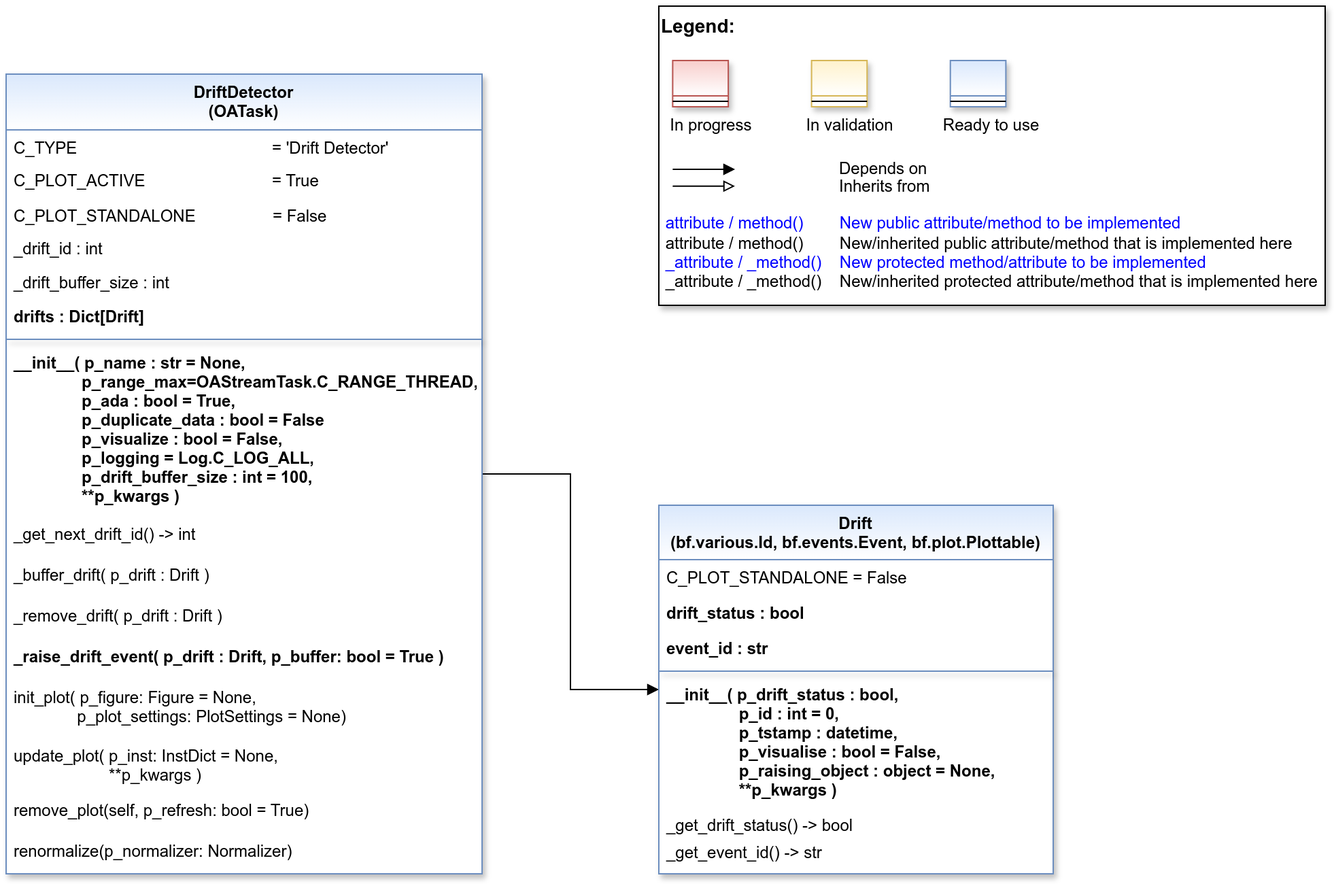
Before: doc/rtd/content/99_appendices/appendix2/sub/mlpro_oa/streams/30_change_detection/20_drift_detection/images/MLPro-OA-Drift-Detectors_class_diagram.drawio.png, a diagram exported from draw.io (fhswf/MLPro). Source tidied: cells renumbered, new cells last; positions are measured from the earlier drawing's top-left corner, leaving out a move shared by most shapes.
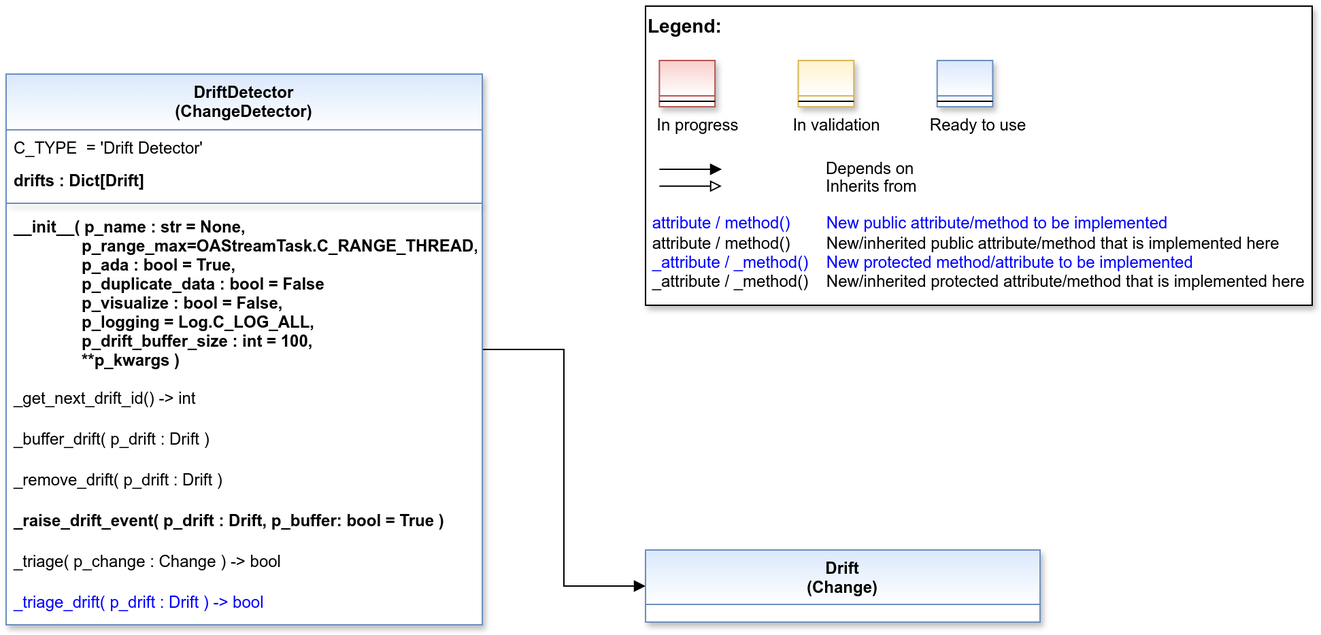
The same diagram one commit later.

Diff of the diagram source:
```diff
@@ -3,7 +3,7 @@
     <mxCell id="0" />
     <mxCell id="1" parent="0" />
     <mxCell id="2" style="group;" parent="1" vertex="1">
-      <mxGeometry x="480" width="490" height="220" as="geometry" />
+      <mxGeometry x="470" width="490" height="220" as="geometry" />
     </mxCell>
     <mxCell id="3" value="&lt;font color=&quot;#000000&quot; size=&quot;1&quot;&gt;&lt;b style=&quot;font-size: 14px&quot;&gt;Legend:&lt;br&gt;&lt;/b&gt;&lt;/font&gt;&lt;br&gt;&lt;br&gt;&lt;br&gt;&lt;font color=&quot;#0000ff&quot; style=&quot;font-size: 6px&quot;&gt;&lt;br&gt;&lt;/font&gt;&lt;span style=&quot;color: rgb(0 , 0 , 0)&quot;&gt;&lt;font style=&quot;font-size: 4px&quot;&gt;&amp;nbsp; &amp;nbsp;&lt;/font&gt;&amp;nbsp;In progress&amp;nbsp; &amp;nbsp; &amp;nbsp; &amp;nbsp; &amp;nbsp; &amp;nbsp; In validation&amp;nbsp; &amp;nbsp; &amp;nbsp; &amp;nbsp; &amp;nbsp; &amp;nbsp;Ready to use&lt;/span&gt;&lt;font color=&quot;#000000&quot;&gt;&amp;nbsp;&lt;br&gt;&lt;/font&gt;&lt;font color=&quot;#0000ff&quot;&gt;&lt;br&gt;&lt;br&gt;&lt;br&gt;&lt;br&gt;&amp;nbsp;attribute / method()&amp;nbsp; &amp;nbsp; &amp;nbsp; &amp;nbsp; New public attribute/method to be implemented&lt;/font&gt;&lt;br&gt;&lt;font color=&quot;#000000&quot;&gt;&amp;nbsp;&lt;/font&gt;&lt;font color=&quot;#000000&quot;&gt;attribute / method()&lt;span&gt; &lt;/span&gt;&amp;nbsp; &amp;nbsp; &amp;nbsp; &amp;nbsp;New/inherited public attribute/method that is implemented here&lt;br&gt;&lt;/font&gt;&lt;font color=&quot;#0000ff&quot;&gt;&amp;nbsp;_attribute /&amp;nbsp;&lt;/font&gt;&lt;font color=&quot;#0000ff&quot;&gt;_method()&amp;nbsp; &amp;nbsp; New protected method/attribute to be implemented&lt;/font&gt;&lt;br&gt;&lt;font color=&quot;#000000&quot;&gt;&amp;nbsp;_attribute / _method()&amp;nbsp; &amp;nbsp; New/inherited protected attribute/method that is implemented here&lt;br&gt;&lt;/font&gt;&lt;font color=&quot;#000000&quot;&gt;&lt;br&gt;&lt;br&gt;&lt;br&gt;&lt;br&gt;&lt;br&gt;&lt;/font&gt;" style="text;html=1;align=left;verticalAlign=top;whiteSpace=wrap;rounded=0;fontColor=#006600;strokeColor=#000000;shadow=1;fillColor=#ffffff;" parent="2" vertex="1">
       <mxGeometry width="490" height="220" as="geometry" />
@@ -43,83 +43,44 @@
     <mxCell id="11" style="line;html=1;strokeWidth=1;align=left;verticalAlign=middle;spacingTop=-1;spacingLeft=3;spacingRight=3;labelPosition=right;" parent="10" vertex="1">
       <mxGeometry y="26" width="40.8" height="8" as="geometry" />
     </mxCell>
-    <mxCell id="12" style="edgeStyle=orthogonalEdgeStyle;rounded=0;jettySize=auto;html=1;endArrow=block;endFill=1;" parent="1" edge="1" source="13" target="30">
+    <mxCell id="12" style="edgeStyle=orthogonalEdgeStyle;rounded=0;jettySize=auto;html=1;endArrow=block;endFill=1;" parent="1" edge="1" source="13" target="24">
       <mxGeometry relative="1" as="geometry" />
     </mxCell>
-    <mxCell id="13" value="DriftDetector&#10;(OATask)" style="swimlane;align=center;verticalAlign=top;horizontal=1;startSize=41;rounded=0;shadow=1;strokeWidth=1;fillColor=#dae8fc;strokeColor=#6c8ebf;swimlaneFillColor=#ffffff;gradientColor=#FFFFFF;" parent="1" vertex="1">
-      <mxGeometry y="50" width="350" height="588" as="geometry" />
+    <mxCell id="13" value="DriftDetector&#10;(ChangeDetector)" style="swimlane;align=center;verticalAlign=top;horizontal=1;startSize=41;rounded=0;shadow=1;strokeWidth=1;fillColor=#dae8fc;strokeColor=#6c8ebf;swimlaneFillColor=#ffffff;gradientColor=#FFFFFF;" parent="1" vertex="1">
+      <mxGeometry y="50" width="350" height="405" as="geometry" />
     </mxCell>
-    <mxCell id="14" value="C_TYPE                                           = 'Drift Detector'" style="text;align=left;verticalAlign=top;spacingLeft=4;spacingRight=4;overflow=hidden;" parent="13" vertex="1">
+    <mxCell id="14" value="C_TYPE  = 'Drift Detector'" style="text;align=left;verticalAlign=top;spacingLeft=4;spacingRight=4;overflow=hidden;" parent="13" vertex="1">
       <mxGeometry y="41" width="350" height="24" as="geometry" />
     </mxCell>
-    <mxCell id="15" value="C_PLOT_ACTIVE &amp;nbsp; &amp;nbsp; &amp;nbsp; &amp;nbsp; &amp;nbsp; &lt;span style=&quot;white-space: pre;&quot;&gt;&#9;&lt;/span&gt;&lt;span style=&quot;white-space: pre;&quot;&gt;&#9;&lt;/span&gt;&amp;nbsp;= True" style="text;align=left;verticalAlign=top;spacingLeft=4;spacingRight=4;overflow=hidden;html=1;" parent="13" vertex="1">
+    <mxCell id="15" value="drifts : Dict[Drift]" style="text;align=left;verticalAlign=top;spacingLeft=4;spacingRight=4;overflow=hidden;fontStyle=1;" parent="13" vertex="1">
       <mxGeometry y="65" width="350" height="26" as="geometry" />
     </mxCell>
-    <mxCell id="16" value="C_PLOT_STANDALONE                 = False" style="text;align=left;verticalAlign=top;spacingLeft=4;spacingRight=4;overflow=hidden;" parent="13" vertex="1">
-      <mxGeometry y="91" width="350" height="24" as="geometry" />
+    <mxCell id="16" style="line;html=1;strokeWidth=1;align=center;verticalAlign=top;spacingTop=-1;spacingLeft=3;spacingRight=3;labelPosition=right;rounded=0;shadow=1;strokeColor=#6c8ebf;swimlaneFillColor=#ffffff;fontFamily=Helvetica;fontSize=12;fontColor=default;fontStyle=3;fillColor=#dae8fc;gradientColor=#ffffff;" parent="13" vertex="1">
+      <mxGeometry y="91" width="350" height="8" as="geometry" />
     </mxCell>
-    <mxCell id="17" value="_drift_id : int" style="text;align=left;verticalAlign=top;spacingLeft=4;spacingRight=4;overflow=hidden;" parent="13" vertex="1">
-      <mxGeometry y="115" width="350" height="25" as="geometry" />
+    <mxCell id="17" value="__init__( p_name : str = None,&#10;               p_range_max=OAStreamTask.C_RANGE_THREAD,&#10;               p_ada : bool = True,&#10;               p_duplicate_data : bool = False&#10;               p_visualize : bool = False,&#10;               p_logging = Log.C_LOG_ALL,&#10;               p_drift_buffer_size : int = 100,&#10;               **p_kwargs )" style="text;align=left;verticalAlign=top;spacingLeft=4;spacingRight=4;overflow=hidden;fontStyle=1;" parent="13" vertex="1">
+      <mxGeometry y="99" width="350" height="126" as="geometry" />
     </mxCell>
-    <mxCell id="18" value="_drift_buffer_size : int" style="text;align=left;verticalAlign=top;spacingLeft=4;spacingRight=4;overflow=hidden;" parent="13" vertex="1">
-      <mxGeometry y="140" width="350" height="25" as="geometry" />
+    <mxCell id="18" value="_get_next_drift_id() -&gt; int" style="text;align=left;verticalAlign=top;spacingLeft=4;spacingRight=4;overflow=hidden;shadow=1;" parent="13" vertex="1">
+      <mxGeometry y="225" width="350" height="30" as="geometry" />
     </mxCell>
-    <mxCell id="19" value="drifts : Dict[Drift]" style="text;align=left;verticalAlign=top;spacingLeft=4;spacingRight=4;overflow=hidden;fontStyle=1;" parent="13" vertex="1">
-      <mxGeometry y="165" width="350" height="26" as="geometry" />
+    <mxCell id="19" value="_buffer_drift( p_drift : Drift ) " style="text;align=left;verticalAlign=top;spacingLeft=4;spacingRight=4;overflow=hidden;shadow=1;" parent="13" vertex="1">
+      <mxGeometry y="255" width="350" height="30" as="geometry" />
     </mxCell>
-    <mxCell id="20" style="line;html=1;strokeWidth=1;align=center;verticalAlign=top;spacingTop=-1;spacingLeft=3;spacingRight=3;labelPosition=right;rounded=0;shadow=1;strokeColor=#6c8ebf;swimlaneFillColor=#ffffff;fontFamily=Helvetica;fontSize=12;fontColor=default;fontStyle=3;fillColor=#dae8fc;gradientColor=#ffffff;" parent="13" vertex="1">
-      <mxGeometry y="191" width="350" height="8" as="geometry" />
+    <mxCell id="20" value="_remove_drift( p_drift : Drift )" style="text;align=left;verticalAlign=top;spacingLeft=4;spacingRight=4;overflow=hidden;shadow=1;" parent="13" vertex="1">
+      <mxGeometry y="285" width="350" height="30" as="geometry" />
     </mxCell>
-    <mxCell id="21" value="__init__( p_name : str = None,&#10;               p_range_max=OAStreamTask.C_RANGE_THREAD,&#10;               p_ada : bool = True,&#10;               p_duplicate_data : bool = False&#10;               p_visualize : bool = False,&#10;               p_logging = Log.C_LOG_ALL,&#10;               p_drift_buffer_size : int = 100,&#10;               **p_kwargs )" style="text;align=left;verticalAlign=top;spacingLeft=4;spacingRight=4;overflow=hidden;fontStyle=1;" parent="13" vertex="1">
-      <mxGeometry y="199" width="350" height="126" as="geometry" />
+    <mxCell id="21" value="_raise_drift_event( p_drift : Drift, p_buffer: bool = True )" style="text;align=left;verticalAlign=top;spacingLeft=4;spacingRight=4;overflow=hidden;shadow=1;fontStyle=1;" parent="13" vertex="1">
+      <mxGeometry y="315" width="350" height="30" as="geometry" />
     </mxCell>
-    <mxCell id="22" value="_get_next_drift_id() -&gt; int" style="text;align=left;verticalAlign=top;spacingLeft=4;spacingRight=4;overflow=hidden;shadow=1;" parent="13" vertex="1">
-      <mxGeometry y="325" width="350" height="30" as="geometry" />
+    <mxCell id="22" value="_triage( p_change : Change ) -&gt; bool" style="text;align=left;verticalAlign=top;spacingLeft=4;spacingRight=4;overflow=hidden;shadow=1;" parent="13" vertex="1">
+      <mxGeometry y="345" width="350" height="30" as="geometry" />
     </mxCell>
-    <mxCell id="23" value="_buffer_drift( p_drift : Drift ) " style="text;align=left;verticalAlign=top;spacingLeft=4;spacingRight=4;overflow=hidden;shadow=1;" parent="13" vertex="1">
-      <mxGeometry y="355" width="350" height="30" as="geometry" />
+    <mxCell id="23" value="_triage_drift( p_drift : Drift ) -&gt; bool" style="text;align=left;verticalAlign=top;spacingLeft=4;spacingRight=4;overflow=hidden;shadow=1;fontColor=#0000FF;" parent="13" vertex="1">
+      <mxGeometry y="375" width="350" height="30" as="geometry" />
     </mxCell>
-    <mxCell id="24" value="_remove_drift( p_drift : Drift )" style="text;align=left;verticalAlign=top;spacingLeft=4;spacingRight=4;overflow=hidden;points=[[0,0.5],[1,0.5]];portConstraint=eastwest;shadow=1;" parent="13" vertex="1">
-      <mxGeometry y="385" width="350" height="30" as="geometry" />
+    <mxCell id="24" value="Drift&#10;(Change)" style="swimlane;fontStyle=1;align=center;verticalAlign=top;horizontal=1;startSize=40;rounded=0;shadow=1;strokeWidth=1;fillColor=#dae8fc;strokeColor=#6c8ebf;swimlaneFillColor=#ffffff;fontFamily=Helvetica;fontSize=12;gradientColor=#FFFFFF;" parent="1" vertex="1">
+      <mxGeometry x="470" y="400" width="290" height="53" as="geometry" />
     </mxCell>
-    <mxCell id="25" value="_raise_drift_event( p_drift : Drift, p_buffer: bool = True )" style="text;align=left;verticalAlign=top;spacingLeft=4;spacingRight=4;overflow=hidden;shadow=1;fontStyle=1;" parent="13" vertex="1">
-      <mxGeometry y="415" width="350" height="30" as="geometry" />
-    </mxCell>
-    <mxCell id="26" value="init_plot( p_figure: Figure = None,&#10;              p_plot_settings: PlotSettings = None)" style="text;align=left;verticalAlign=top;spacingLeft=4;spacingRight=4;overflow=hidden;shadow=1;" parent="13" vertex="1">
-      <mxGeometry y="445" width="350" height="43" as="geometry" />
-    </mxCell>
-    <mxCell id="27" value="update_plot( p_inst: InstDict = None,&#10;                     **p_kwargs )" style="text;align=left;verticalAlign=top;spacingLeft=4;spacingRight=4;overflow=hidden;shadow=1;" parent="13" vertex="1">
-      <mxGeometry y="488" width="350" height="40" as="geometry" />
-    </mxCell>
-    <mxCell id="28" value="remove_plot(self, p_refresh: bool = True)" style="text;align=left;verticalAlign=top;spacingLeft=4;spacingRight=4;overflow=hidden;shadow=1;" parent="13" vertex="1">
-      <mxGeometry y="528" width="350" height="30" as="geometry" />
-    </mxCell>
-    <mxCell id="29" value="renormalize(p_normalizer: Normalizer) " style="text;align=left;verticalAlign=top;spacingLeft=4;spacingRight=4;overflow=hidden;shadow=1;fontStyle=0;" parent="13" vertex="1">
-      <mxGeometry y="558" width="350" height="30" as="geometry" />
-    </mxCell>
-    <mxCell id="30" value="Drift&#10;(bf.various.Id, bf.events.Event, bf.plot.Plottable)" style="swimlane;fontStyle=1;align=center;verticalAlign=top;horizontal=1;startSize=40;rounded=0;shadow=1;strokeWidth=1;fillColor=#dae8fc;strokeColor=#6c8ebf;swimlaneFillColor=#ffffff;fontFamily=Helvetica;fontSize=12;gradientColor=#FFFFFF;" parent="1" vertex="1">
-      <mxGeometry x="480" y="367" width="290" height="271" as="geometry" />
-    </mxCell>
-    <mxCell id="31" value="C_PLOT_STANDALONE = False" style="text;align=left;verticalAlign=top;spacingLeft=4;spacingRight=4;overflow=hidden;" parent="30" vertex="1">
-      <mxGeometry y="40" width="290" height="26" as="geometry" />
-    </mxCell>
-    <mxCell id="32" value="drift_status : bool" style="text;align=left;verticalAlign=top;spacingLeft=4;spacingRight=4;overflow=hidden;fontStyle=1;" parent="30" vertex="1">
-      <mxGeometry y="66" width="290" height="26" as="geometry" />
-    </mxCell>
-    <mxCell id="33" value="event_id : str" style="text;align=left;verticalAlign=top;spacingLeft=4;spacingRight=4;overflow=hidden;fontStyle=1;" parent="30" vertex="1">
-      <mxGeometry y="92" width="290" height="26" as="geometry" />
-    </mxCell>
-    <mxCell id="34" style="line;html=1;strokeWidth=1;align=center;verticalAlign=top;spacingTop=-1;spacingLeft=3;spacingRight=3;labelPosition=right;rounded=0;shadow=1;strokeColor=#6c8ebf;swimlaneFillColor=#ffffff;fontFamily=Helvetica;fontSize=12;fontColor=default;fontStyle=1;fillColor=#dae8fc;gradientColor=#ffffff;" parent="30" vertex="1">
-      <mxGeometry y="118" width="290" height="8" as="geometry" />
-    </mxCell>
-    <mxCell id="35" value="__init__( p_drift_status : bool,&#10;                p_id : int = 0,&#10;                p_tstamp : datetime,&#10;                p_visualise : bool = False,&#10;                p_raising_object : object = None,&#10;                **p_kwargs )" style="text;align=left;verticalAlign=top;spacingLeft=4;spacingRight=4;overflow=hidden;fontStyle=1;" parent="30" vertex="1">
-      <mxGeometry y="126" width="290" height="96" as="geometry" />
-    </mxCell>
-    <mxCell id="36" value="_get_drift_status() -&gt; bool" style="text;align=left;verticalAlign=top;spacingLeft=4;spacingRight=4;overflow=hidden;" parent="30" vertex="1">
-      <mxGeometry y="222" width="290" height="20" as="geometry" />
-    </mxCell>
-    <mxCell id="37" value="_get_event_id() -&gt; str" style="text;align=left;verticalAlign=top;spacingLeft=4;spacingRight=4;overflow=hidden;" parent="30" vertex="1">
-      <mxGeometry y="242" width="290" height="20" as="geometry" />
-    </mxCell>
   </root>
 </mxGraphModel>
```
